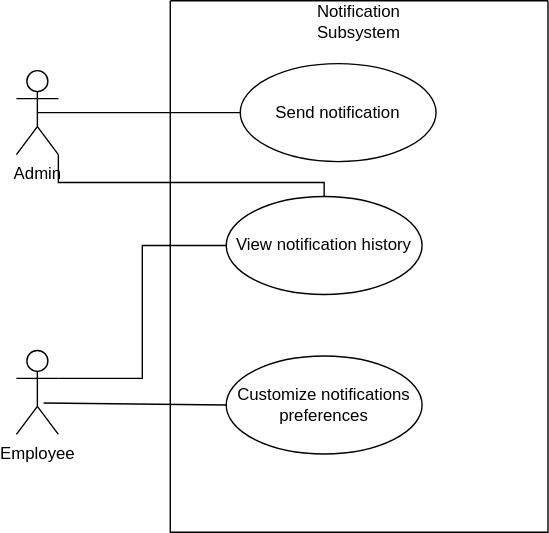
Earlier version of the draw.io export Notification & Alert.svg (Simamkele88/IFM3_GP). Source tidied: cells renumbered, new cells last; positions are measured from the earlier drawing's top-left corner, leaving out a move shared by most shapes.
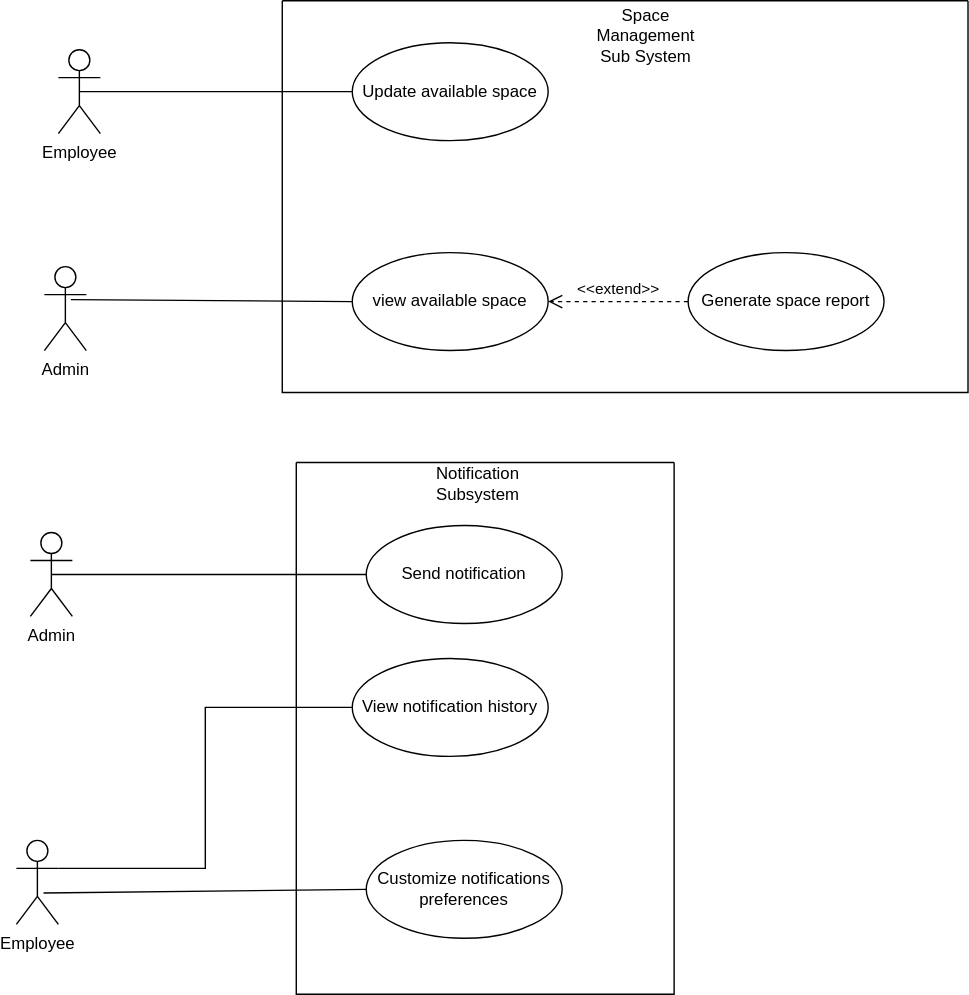
After the change.

Change to the diagram source:
```diff
@@ -3,42 +3,64 @@
     <mxCell id="0" />
     <mxCell id="1" parent="0" />
     <mxCell id="2" style="swimlane;startSize=0;" parent="1" vertex="1">
-      <mxGeometry x="110" width="270" height="380" as="geometry" />
+      <mxGeometry x="190" y="300" width="270" height="380" as="geometry" />
     </mxCell>
     <mxCell id="3" value="Send notification" style="ellipse;whiteSpace=wrap;html=1;" parent="2" vertex="1">
       <mxGeometry x="50" y="45" width="140" height="70" as="geometry" />
     </mxCell>
     <mxCell id="4" value="Customize notifications preferences" style="ellipse;whiteSpace=wrap;html=1;" parent="2" vertex="1">
-      <mxGeometry x="40" y="254" width="140" height="70" as="geometry" />
+      <mxGeometry x="50" y="270" width="140" height="70" as="geometry" />
     </mxCell>
     <mxCell id="5" value="View notification history" style="ellipse;whiteSpace=wrap;html=1;" parent="2" vertex="1">
       <mxGeometry x="40" y="140" width="140" height="70" as="geometry" />
     </mxCell>
-    <mxCell id="6" style="edgeStyle=orthogonalEdgeStyle;rounded=0;jettySize=auto;html=1;exitX=1;exitY=1;exitDx=0;exitDy=0;exitPerimeter=0;entryX=0.5;entryY=0;entryDx=0;entryDy=0;endArrow=none;startFill=0;" parent="1" edge="1" source="7" target="5">
-      <mxGeometry relative="1" as="geometry">
-        <Array as="points">
-          <mxPoint x="30" y="130" />
-          <mxPoint x="220" y="130" />
-        </Array>
-      </mxGeometry>
-    </mxCell>
+    <mxCell id="12" value="Notification Subsystem" style="text;html=1;align=center;verticalAlign=middle;whiteSpace=wrap;rounded=0;" parent="2" vertex="1">
+      <mxGeometry x="100" width="60" height="30" as="geometry" />
+    </mxCell>
     <mxCell id="7" value="Admin" style="shape=umlActor;verticalLabelPosition=bottom;verticalAlign=top;html=1;" parent="1" vertex="1">
-      <mxGeometry y="50" width="30" height="60" as="geometry" />
+      <mxGeometry x="10" y="160" width="30" height="60" as="geometry" />
     </mxCell>
     <mxCell id="8" style="edgeStyle=orthogonalEdgeStyle;rounded=0;jettySize=auto;html=1;exitX=1;exitY=0.3333333333333333;exitDx=0;exitDy=0;exitPerimeter=0;entryX=0;entryY=0.5;entryDx=0;entryDy=0;endArrow=none;startFill=0;" parent="1" edge="1" source="9" target="5">
       <mxGeometry relative="1" as="geometry" />
     </mxCell>
     <mxCell id="9" value="Employee" style="shape=umlActor;verticalLabelPosition=bottom;verticalAlign=top;html=1;" parent="1" vertex="1">
-      <mxGeometry y="250" width="30" height="60" as="geometry" />
+      <mxGeometry x="-10" y="570" width="30" height="60" as="geometry" />
     </mxCell>
-    <mxCell id="10" style="endArrow=none;html=1;rounded=0;entryX=0;entryY=0.5;entryDx=0;entryDy=0;exitX=0.5;exitY=0.5;exitDx=0;exitDy=0;exitPerimeter=0;" parent="1" edge="1" source="7" target="3">
+    <mxCell id="10" style="endArrow=none;html=1;rounded=0;entryX=0;entryY=0.5;entryDx=0;entryDy=0;exitX=0.5;exitY=0.5;exitDx=0;exitDy=0;exitPerimeter=0;" parent="1" edge="1" source="20" target="3">
       <mxGeometry relative="1" as="geometry" />
     </mxCell>
     <mxCell id="11" style="endArrow=none;html=1;rounded=0;entryX=0;entryY=0.5;entryDx=0;entryDy=0;exitX=0.647;exitY=0.627;exitDx=0;exitDy=0;exitPerimeter=0;" parent="1" edge="1" source="9" target="4">
       <mxGeometry relative="1" as="geometry" />
     </mxCell>
-    <mxCell id="12" value="Notification Subsystem" style="text;html=1;align=center;verticalAlign=middle;whiteSpace=wrap;rounded=0;" parent="1" vertex="1">
-      <mxGeometry x="215" width="60" height="30" as="geometry" />
-    </mxCell>
+    <mxCell id="13" style="swimlane;startSize=0;" parent="1" vertex="1">
+      <mxGeometry x="180" y="-30" width="490" height="280" as="geometry" />
+    </mxCell>
+    <mxCell id="14" value="view available space" style="ellipse;whiteSpace=wrap;html=1;" parent="13" vertex="1">
+      <mxGeometry x="50" y="180" width="140" height="70" as="geometry" />
+    </mxCell>
+    <mxCell id="15" value="Generate space report" style="ellipse;whiteSpace=wrap;html=1;" parent="13" vertex="1">
+      <mxGeometry x="290" y="180" width="140" height="70" as="geometry" />
+    </mxCell>
+    <mxCell id="16" value="Update available space" style="ellipse;whiteSpace=wrap;html=1;" parent="13" vertex="1">
+      <mxGeometry x="50" y="30" width="140" height="70" as="geometry" />
+    </mxCell>
+    <mxCell id="17" value="&amp;lt;&amp;lt;extend&amp;gt;&amp;gt;" style="html=1;verticalAlign=bottom;endArrow=open;dashed=1;endSize=8;curved=0;rounded=0;entryX=1;entryY=0.5;entryDx=0;entryDy=0;exitX=0;exitY=0.5;exitDx=0;exitDy=0;" parent="13" edge="1" source="15" target="14">
+      <mxGeometry relative="1" as="geometry" />
+    </mxCell>
+    <mxCell id="18" value="&lt;div&gt;Space Management Sub System&lt;/div&gt;" style="text;html=1;align=center;verticalAlign=middle;whiteSpace=wrap;rounded=0;" parent="13" vertex="1">
+      <mxGeometry x="230" y="10" width="60" height="30" as="geometry" />
+    </mxCell>
+    <mxCell id="19" value="Employee" style="shape=umlActor;verticalLabelPosition=bottom;verticalAlign=top;html=1;" parent="1" vertex="1">
+      <mxGeometry x="20" y="5" width="30" height="60" as="geometry" />
+    </mxCell>
+    <mxCell id="20" value="Admin" style="shape=umlActor;verticalLabelPosition=bottom;verticalAlign=top;html=1;" parent="1" vertex="1">
+      <mxGeometry y="350" width="30" height="60" as="geometry" />
+    </mxCell>
+    <mxCell id="21" style="endArrow=none;html=1;rounded=0;entryX=0;entryY=0.5;entryDx=0;entryDy=0;exitX=0.5;exitY=0.5;exitDx=0;exitDy=0;exitPerimeter=0;" parent="1" edge="1" source="19" target="16">
+      <mxGeometry relative="1" as="geometry" />
+    </mxCell>
+    <mxCell id="22" style="endArrow=none;html=1;rounded=0;entryX=0;entryY=0.5;entryDx=0;entryDy=0;exitX=0.633;exitY=0.393;exitDx=0;exitDy=0;exitPerimeter=0;" parent="1" edge="1" source="7" target="14">
+      <mxGeometry relative="1" as="geometry" />
+    </mxCell>
   </root>
 </mxGraphModel>
```
